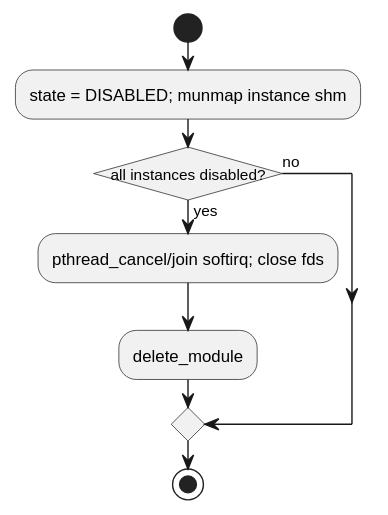
This is c1_sdd_linux-ipcs/cursor_tmp/flow_svgs/linux_6_5_2_ipcsOsFree.svg from Mastang1/sad_sdd_proj, a PlantUML export, as it was before one commit.
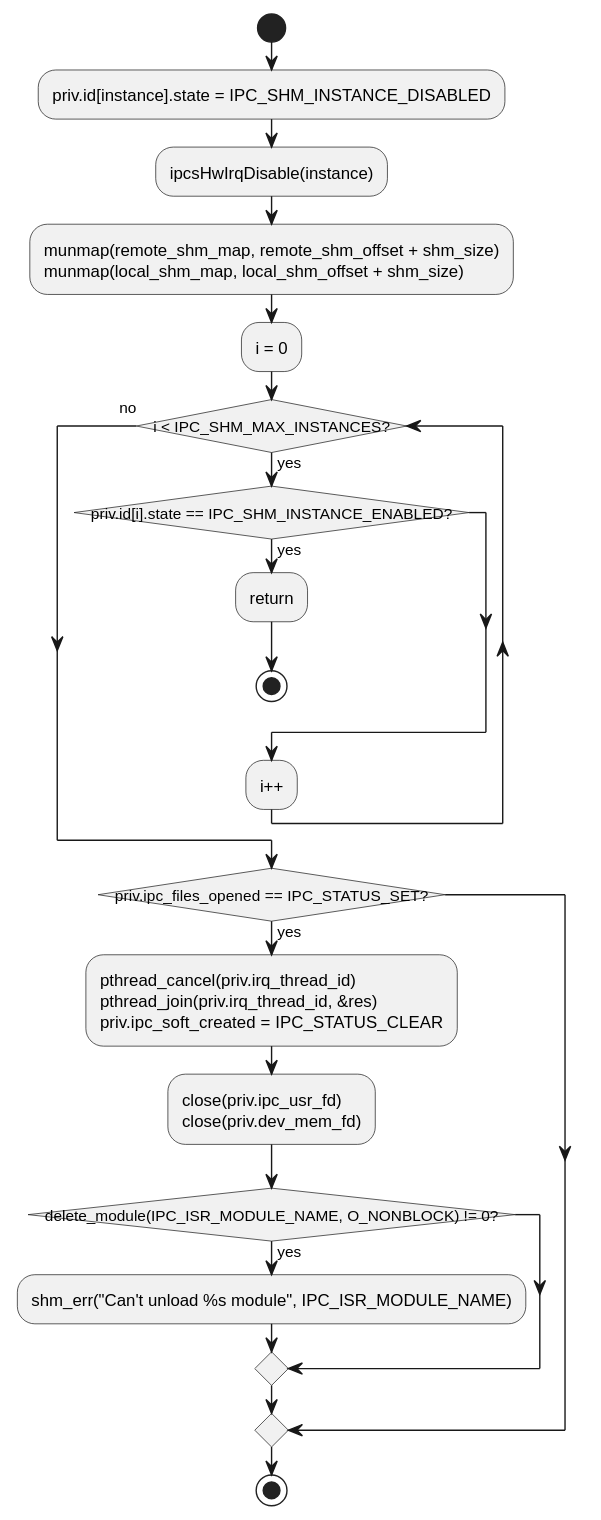
After the change.

The edit, as a diff of the source:
```diff
@@ -3,11 +3,23 @@
 skinparam conditionStyle insideDiamond
 skinparam linetype ortho
 start
-:state = DISABLED; munmap instance shm;
-if (all instances disabled?) then (yes)
-  :pthread_cancel/join softirq; close fds;
-  :delete_module;
-else (no)
+:priv.id[instance].state = IPC_SHM_INSTANCE_DISABLED;
+:ipcsHwIrqDisable(instance);
+:munmap(remote_shm_map, remote_shm_offset + shm_size)\nmunmap(local_shm_map, local_shm_offset + shm_size);
+:i = 0;
+while (i < IPC_SHM_MAX_INSTANCES?) is (yes)
+  if (priv.id[i].state == IPC_SHM_INSTANCE_ENABLED?) then (yes)
+    :return;
+stop
+  endif
+  :i++;
+endwhile (no)
+if (priv.ipc_files_opened == IPC_STATUS_SET?) then (yes)
+  :pthread_cancel(priv.irq_thread_id)\npthread_join(priv.irq_thread_id, &res)\npriv.ipc_soft_created = IPC_STATUS_CLEAR;
+  :close(priv.ipc_usr_fd)\nclose(priv.dev_mem_fd);
+  if (delete_module(IPC_ISR_MODULE_NAME, O_NONBLOCK) != 0?) then (yes)
+    :shm_err("Can't unload %s module", IPC_ISR_MODULE_NAME);
+  endif
 endif
 stop
 @enduml
```
